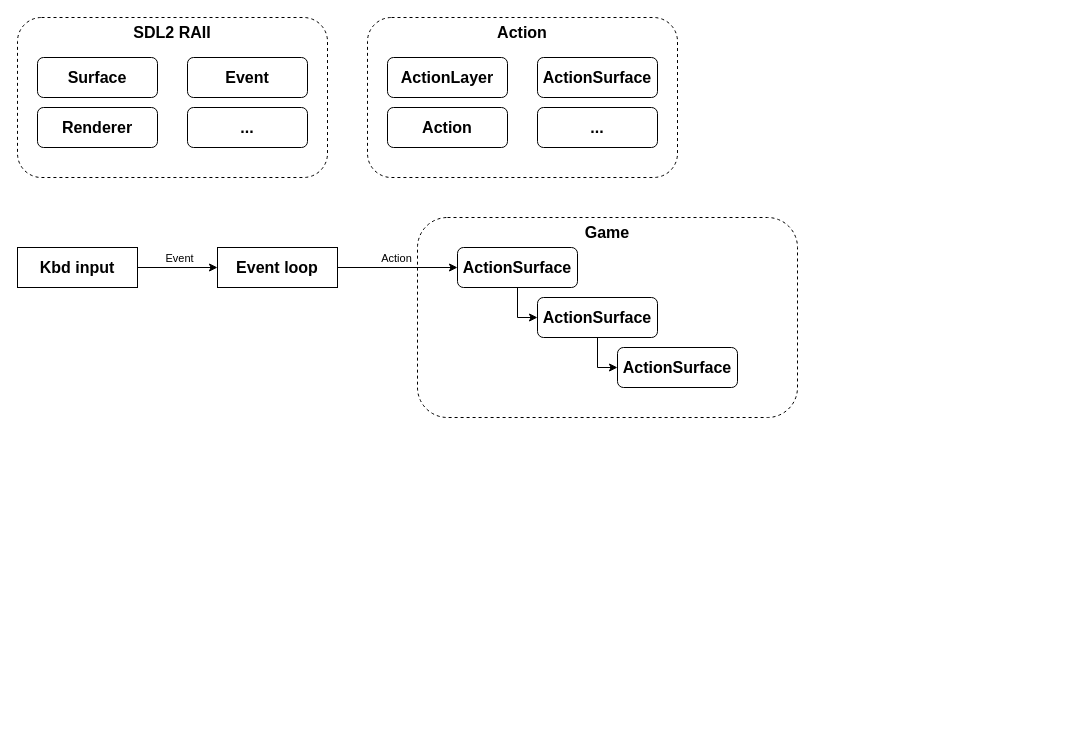
codowka-entertaiment/buhurts-and-hobbyhorsing-docs keeps this draw.io diagram as drafts/FEB-9.drawio. Above is the earlier version. Source tidied: cells renumbered, new cells numbered last; positions are measured from the earlier drawing's top-left corner, leaving out a move shared by most shapes. Both pictures are drawn from the tidied source at 100%, with x=0, y=0 at pixel (17, 17).
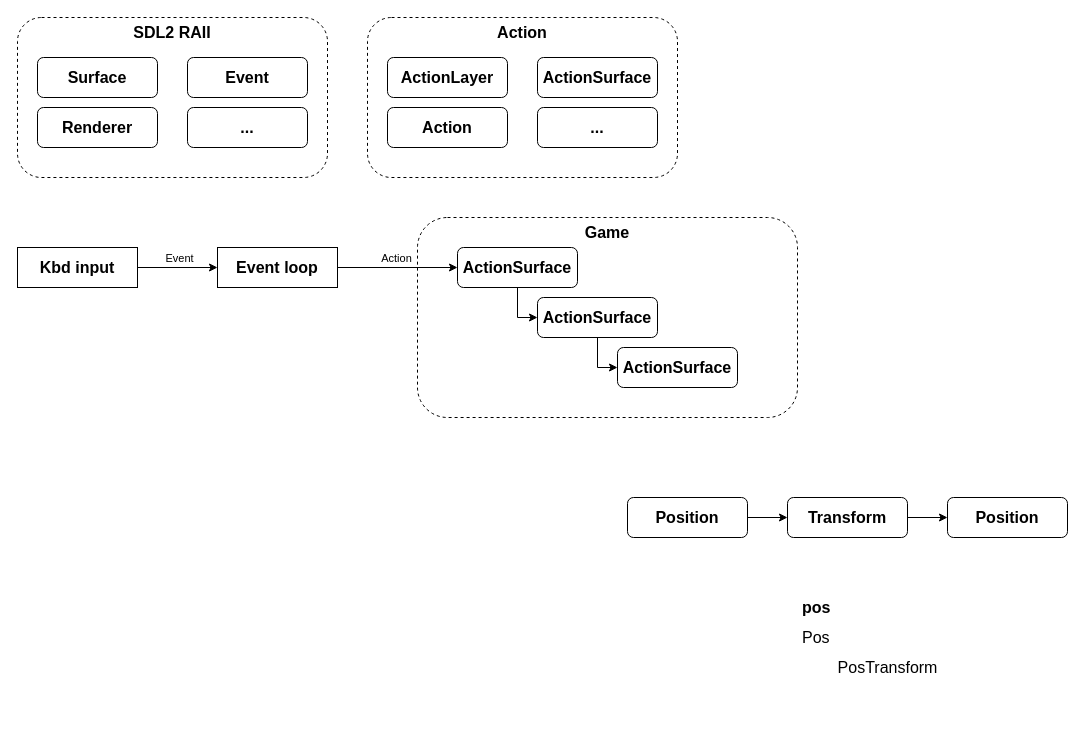
Above is the later version.

Diff of the diagram source:
```diff
@@
+    <mxCell id="27" style="edgeStyle=orthogonalEdgeStyle;rounded=0;jettySize=auto;html=1;exitX=1;exitY=0.5;exitDx=0;exitDy=0;" parent="1" edge="1" source="28" target="30">
+      <mxGeometry relative="1" as="geometry" />
+    </mxCell>
+    <mxCell id="28" value="Position" style="rounded=1;whiteSpace=wrap;html=1;fillColor=none;fontSize=16;fontStyle=1;" parent="1" vertex="1">
+      <mxGeometry x="610" y="480" width="120" height="40" as="geometry" />
+    </mxCell>
+    <mxCell id="29" style="edgeStyle=orthogonalEdgeStyle;rounded=0;jettySize=auto;html=1;exitX=1;exitY=0.5;exitDx=0;exitDy=0;" parent="1" edge="1" source="30" target="31">
+      <mxGeometry relative="1" as="geometry" />
+    </mxCell>
+    <mxCell id="30" value="Transform" style="rounded=1;whiteSpace=wrap;html=1;fillColor=none;fontSize=16;fontStyle=1;" parent="1" vertex="1">
+      <mxGeometry x="770" y="480" width="120" height="40" as="geometry" />
+    </mxCell>
+    <mxCell id="31" value="Position" style="rounded=1;whiteSpace=wrap;html=1;fillColor=none;fontSize=16;fontStyle=1;" parent="1" vertex="1">
+      <mxGeometry x="930" y="480" width="120" height="40" as="geometry" />
+    </mxCell>
+    <mxCell id="32" value="&lt;h1 style=&quot;font-size: 16px;&quot;&gt;pos&amp;nbsp;&lt;/h1&gt;&lt;h1 style=&quot;font-size: 16px;&quot;&gt;&lt;span style=&quot;background-color: initial; font-weight: normal;&quot;&gt;Pos&lt;/span&gt;&lt;/h1&gt;&lt;div&gt;&lt;span style=&quot;white-space: pre;&quot;&gt;&#9;&lt;/span&gt;PosTransform&lt;br&gt;&lt;/div&gt;" style="text;html=1;strokeColor=none;fillColor=none;spacing=5;spacingTop=-20;whiteSpace=wrap;overflow=hidden;rounded=0;fontSize=16;" parent="1" vertex="1">
+      <mxGeometry x="780" y="580" width="190" height="120" as="geometry" />
+    </mxCell>
```
